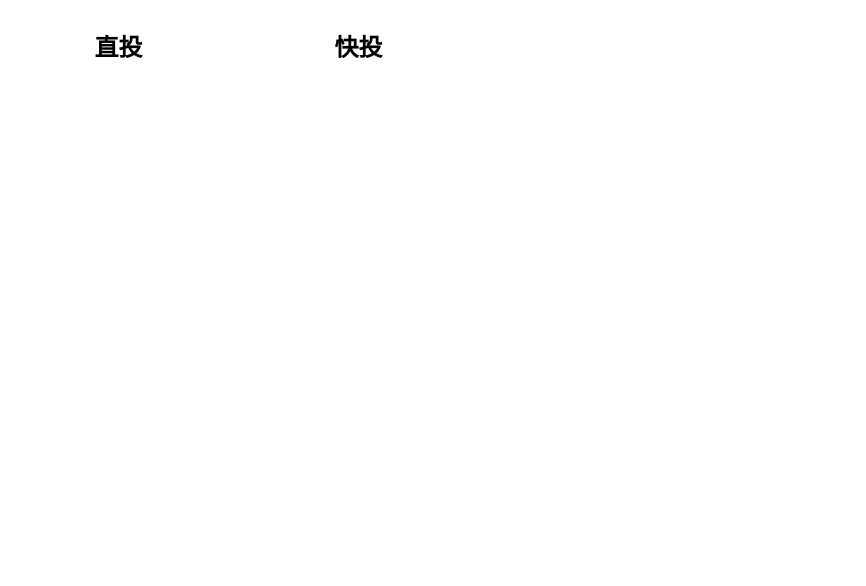
This is page "直投+快投" (4 of 7) of draw.io/dpa.drawio from Jstarfish/picBed, a draw.io file, before an edit. Source tidied: cells renumbered, new cells numbered last; positions are measured from the earlier drawing's top-left corner, leaving out a move shared by most shapes. Both pictures are drawn from the tidied source at 100%, with x=0, y=0 at pixel (68, 28).
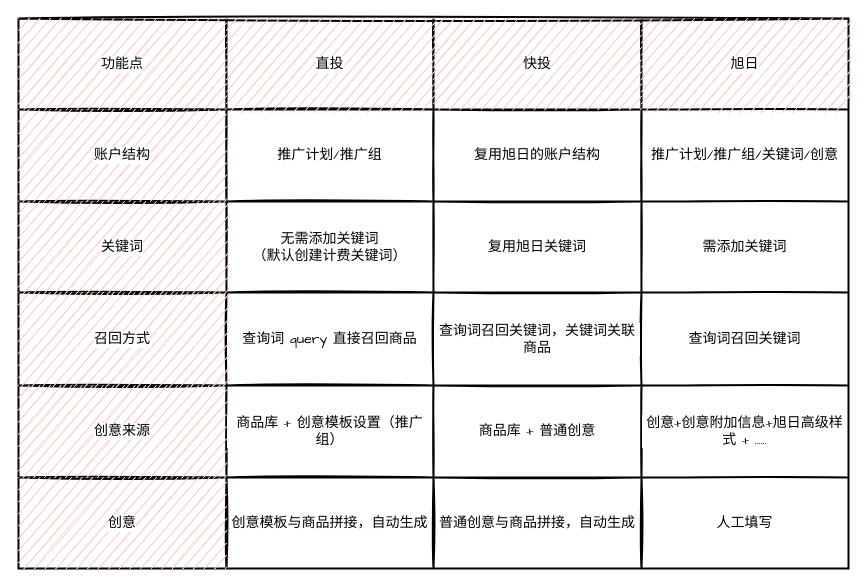
The same page after the edit.

What changed in the source:
```diff
@@
+    <mxCell id="4" style="shape=table;html=1;whiteSpace=wrap;startSize=0;childLayout=tableLayout;columnLines=1;arcSize=15;horizontal=1;labelBackgroundColor=#FFFFFF;fontFamily=Comic Sans MS;fontSize=14;labelBorderColor=none;strokeWidth=2;sketch=1;" parent="1" vertex="1">
+      <mxGeometry x="-50" y="-10" width="830" height="550" as="geometry" />
+    </mxCell>
+    <mxCell id="5" style="shape=partialRectangle;html=1;whiteSpace=wrap;fillColor=none;top=0;left=0;bottom=0;right=0;labelBackgroundColor=#FFFFFF;fontFamily=Comic Sans MS;fontSize=14;labelBorderColor=none;strokeWidth=2;sketch=1;" parent="4" vertex="1">
+      <mxGeometry width="830" height="91" as="geometry" />
+    </mxCell>
+    <mxCell id="6" value="功能点" style="shape=partialRectangle;html=1;whiteSpace=wrap;fillColor=#f8cecc;top=0;left=0;bottom=0;right=0;overflow=hidden;labelBackgroundColor=#FFFFFF;fontFamily=Comic Sans MS;fontSize=14;labelBorderColor=none;strokeWidth=2;strokeColor=#b85450;sketch=1;" parent="5" vertex="1">
+      <mxGeometry width="208" height="91" as="geometry" />
+    </mxCell>
-    <mxCell id="2" value="直投" style="text;strokeColor=none;fillColor=none;html=1;fontSize=24;fontStyle=1;verticalAlign=middle;align=center;" parent="1" vertex="1">
-      <mxGeometry width="100" height="40" as="geometry" />
+    <mxCell id="2" value="直投" style="shape=partialRectangle;html=1;whiteSpace=wrap;fillColor=#f8cecc;top=0;left=0;bottom=0;right=0;overflow=hidden;labelBackgroundColor=#FFFFFF;fontFamily=Comic Sans MS;fontSize=14;labelBorderColor=none;strokeWidth=2;strokeColor=#b85450;sketch=1;" parent="5" vertex="1">
+      <mxGeometry x="208" width="207" height="91" as="geometry" />
     </mxCell>
-    <mxCell id="3" value="快投" style="text;strokeColor=none;fillColor=none;html=1;fontSize=24;fontStyle=1;verticalAlign=middle;align=center;" parent="1" vertex="1">
-      <mxGeometry x="240" width="100" height="40" as="geometry" />
+    <mxCell id="3" value="快投" style="shape=partialRectangle;html=1;whiteSpace=wrap;fillColor=#f8cecc;top=0;left=0;bottom=0;right=0;overflow=hidden;labelBackgroundColor=#FFFFFF;fontFamily=Comic Sans MS;fontSize=14;labelBorderColor=none;strokeWidth=2;strokeColor=#b85450;sketch=1;" parent="5" vertex="1">
+      <mxGeometry x="415" width="208" height="91" as="geometry" />
     </mxCell>
+    <mxCell id="7" value="旭日" style="shape=partialRectangle;html=1;whiteSpace=wrap;fillColor=#f8cecc;top=0;left=0;bottom=0;right=0;overflow=hidden;labelBackgroundColor=#FFFFFF;fontFamily=Comic Sans MS;fontSize=14;labelBorderColor=none;strokeWidth=2;strokeColor=#b85450;sketch=1;" parent="5" vertex="1">
+      <mxGeometry x="623" width="207" height="91" as="geometry" />
+    </mxCell>
+    <mxCell id="8" style="shape=partialRectangle;html=1;whiteSpace=wrap;fillColor=none;top=0;left=0;bottom=0;right=0;labelBackgroundColor=#FFFFFF;fontFamily=Comic Sans MS;fontSize=14;labelBorderColor=none;strokeWidth=2;sketch=1;" parent="4" vertex="1">
+      <mxGeometry y="91" width="830" height="92" as="geometry" />
+    </mxCell>
+    <mxCell id="9" value="账户结构" style="shape=partialRectangle;html=1;whiteSpace=wrap;fillColor=#f8cecc;top=0;left=0;bottom=0;right=0;overflow=hidden;labelBackgroundColor=#FFFFFF;fontFamily=Comic Sans MS;fontSize=14;labelBorderColor=none;strokeWidth=2;strokeColor=#b85450;sketch=1;" parent="8" vertex="1">
+      <mxGeometry width="208" height="92" as="geometry" />
+    </mxCell>
+    <mxCell id="10" value="推广计划/推广组" style="shape=partialRectangle;html=1;whiteSpace=wrap;fillColor=none;top=0;left=0;bottom=0;right=0;overflow=hidden;labelBackgroundColor=#FFFFFF;fontFamily=Comic Sans MS;fontSize=14;labelBorderColor=none;strokeWidth=2;sketch=1;" parent="8" vertex="1">
+      <mxGeometry x="208" width="207" height="92" as="geometry" />
+    </mxCell>
+    <mxCell id="11" value="复用旭日的账户结构" style="shape=partialRectangle;html=1;whiteSpace=wrap;fillColor=none;top=0;left=0;bottom=0;right=0;overflow=hidden;labelBackgroundColor=#FFFFFF;fontFamily=Comic Sans MS;fontSize=14;labelBorderColor=none;strokeWidth=2;sketch=1;" parent="8" vertex="1">
+      <mxGeometry x="415" width="208" height="92" as="geometry" />
+    </mxCell>
+    <mxCell id="12" value="&lt;span style=&quot;font-size: 14px;&quot;&gt;推广计划/推广组/关键词/创意&lt;/span&gt;" style="shape=partialRectangle;html=1;whiteSpace=wrap;fillColor=none;top=0;left=0;bottom=0;right=0;overflow=hidden;labelBackgroundColor=#FFFFFF;fontFamily=Comic Sans MS;fontSize=14;labelBorderColor=none;strokeWidth=2;sketch=1;" parent="8" vertex="1">
+      <mxGeometry x="623" width="207" height="92" as="geometry" />
+    </mxCell>
+    <mxCell id="13" style="shape=partialRectangle;html=1;whiteSpace=wrap;fillColor=none;top=0;left=0;bottom=0;right=0;labelBackgroundColor=#FFFFFF;fontFamily=Comic Sans MS;fontSize=14;labelBorderColor=none;strokeWidth=2;sketch=1;" parent="4" vertex="1">
+      <mxGeometry y="183" width="830" height="91" as="geometry" />
+    </mxCell>
+    <mxCell id="14" value="关键词" style="shape=partialRectangle;html=1;whiteSpace=wrap;fillColor=#f8cecc;top=0;left=0;bottom=0;right=0;overflow=hidden;labelBackgroundColor=#FFFFFF;fontFamily=Comic Sans MS;fontSize=14;labelBorderColor=none;strokeWidth=2;strokeColor=#b85450;sketch=1;" parent="13" vertex="1">
+      <mxGeometry width="208" height="91" as="geometry" />
+    </mxCell>
+    <mxCell id="15" value="无需添加关键词&lt;br style=&quot;font-size: 14px;&quot;&gt;（默认创建计费关键词）" style="shape=partialRectangle;html=1;whiteSpace=wrap;fillColor=none;top=0;left=0;bottom=0;right=0;overflow=hidden;labelBackgroundColor=#FFFFFF;fontFamily=Comic Sans MS;fontSize=14;labelBorderColor=none;strokeWidth=2;sketch=1;" parent="13" vertex="1">
+      <mxGeometry x="208" width="207" height="91" as="geometry" />
+    </mxCell>
+    <mxCell id="16" value="复用旭日关键词" style="shape=partialRectangle;html=1;whiteSpace=wrap;fillColor=none;top=0;left=0;bottom=0;right=0;overflow=hidden;labelBackgroundColor=#FFFFFF;fontFamily=Comic Sans MS;fontSize=14;labelBorderColor=none;strokeWidth=2;sketch=1;" parent="13" vertex="1">
+      <mxGeometry x="415" width="208" height="91" as="geometry" />
+    </mxCell>
+    <mxCell id="17" value="需添加关键词" style="shape=partialRectangle;html=1;whiteSpace=wrap;fillColor=none;top=0;left=0;bottom=0;right=0;overflow=hidden;labelBackgroundColor=#FFFFFF;fontFamily=Comic Sans MS;fontSize=14;labelBorderColor=none;strokeWidth=2;sketch=1;" parent="13" vertex="1">
+      <mxGeometry x="623" width="207" height="91" as="geometry" />
+    </mxCell>
+    <mxCell id="18" style="shape=partialRectangle;html=1;whiteSpace=wrap;fillColor=none;top=0;left=0;bottom=0;right=0;labelBackgroundColor=#FFFFFF;fontFamily=Comic Sans MS;fontSize=14;labelBorderColor=none;strokeWidth=2;sketch=1;" parent="4" vertex="1">
+      <mxGeometry y="274" width="830" height="93" as="geometry" />
+    </mxCell>
+    <mxCell id="19" value="召回方式" style="shape=partialRectangle;html=1;whiteSpace=wrap;fillColor=#f8cecc;top=0;left=0;bottom=0;right=0;overflow=hidden;labelBackgroundColor=#FFFFFF;fontFamily=Comic Sans MS;fontSize=14;labelBorderColor=none;strokeWidth=2;strokeColor=#b85450;sketch=1;" parent="18" vertex="1">
+      <mxGeometry width="208" height="93" as="geometry" />
+    </mxCell>
+    <mxCell id="20" value="查询词 query 直接召回商品" style="shape=partialRectangle;html=1;whiteSpace=wrap;fillColor=none;top=0;left=0;bottom=0;right=0;overflow=hidden;labelBackgroundColor=#FFFFFF;fontFamily=Comic Sans MS;fontSize=14;labelBorderColor=none;strokeWidth=2;sketch=1;" parent="18" vertex="1">
+      <mxGeometry x="208" width="207" height="93" as="geometry" />
+    </mxCell>
+    <mxCell id="21" value="查询词召回关键词，关键词关联商品" style="shape=partialRectangle;html=1;whiteSpace=wrap;fillColor=none;top=0;left=0;bottom=0;right=0;overflow=hidden;labelBackgroundColor=#FFFFFF;fontFamily=Comic Sans MS;fontSize=14;labelBorderColor=none;strokeWidth=2;sketch=1;" parent="18" vertex="1">
+      <mxGeometry x="415" width="208" height="93" as="geometry" />
+    </mxCell>
+    <mxCell id="22" value="查询词召回关键词" style="shape=partialRectangle;html=1;whiteSpace=wrap;fillColor=none;top=0;left=0;bottom=0;right=0;overflow=hidden;labelBackgroundColor=#FFFFFF;fontFamily=Comic Sans MS;fontSize=14;labelBorderColor=none;strokeWidth=2;sketch=1;" parent="18" vertex="1">
+      <mxGeometry x="623" width="207" height="93" as="geometry" />
+    </mxCell>
+    <mxCell id="23" style="shape=partialRectangle;html=1;whiteSpace=wrap;fillColor=none;top=0;left=0;bottom=0;right=0;labelBackgroundColor=#FFFFFF;fontFamily=Comic Sans MS;fontSize=14;labelBorderColor=none;strokeWidth=2;sketch=1;" parent="4" vertex="1">
+      <mxGeometry y="367" width="830" height="92" as="geometry" />
+    </mxCell>
+    <mxCell id="24" value="创意来源" style="shape=partialRectangle;html=1;whiteSpace=wrap;fillColor=#f8cecc;top=0;left=0;bottom=0;right=0;overflow=hidden;labelBackgroundColor=#FFFFFF;fontFamily=Comic Sans MS;fontSize=14;labelBorderColor=none;strokeWidth=2;strokeColor=#b85450;sketch=1;" parent="23" vertex="1">
+      <mxGeometry width="208" height="92" as="geometry" />
+    </mxCell>
+    <mxCell id="25" value="商品库 + 创意模板设置（推广组）" style="shape=partialRectangle;html=1;whiteSpace=wrap;fillColor=none;top=0;left=0;bottom=0;right=0;overflow=hidden;labelBackgroundColor=#FFFFFF;fontFamily=Comic Sans MS;fontSize=14;labelBorderColor=none;strokeWidth=2;sketch=1;" parent="23" vertex="1">
+      <mxGeometry x="208" width="207" height="92" as="geometry" />
+    </mxCell>
+    <mxCell id="26" value="商品库 + 普通创意" style="shape=partialRectangle;html=1;whiteSpace=wrap;fillColor=none;top=0;left=0;bottom=0;right=0;overflow=hidden;labelBackgroundColor=#FFFFFF;fontFamily=Comic Sans MS;fontSize=14;labelBorderColor=none;strokeWidth=2;sketch=1;" parent="23" vertex="1">
+      <mxGeometry x="415" width="208" height="92" as="geometry" />
+    </mxCell>
+    <mxCell id="27" value="创意+创意附加信息+旭日高级样式 + ......" style="shape=partialRectangle;html=1;whiteSpace=wrap;fillColor=none;top=0;left=0;bottom=0;right=0;overflow=hidden;labelBackgroundColor=#FFFFFF;fontFamily=Comic Sans MS;fontSize=14;labelBorderColor=none;strokeWidth=2;sketch=1;" parent="23" vertex="1">
+      <mxGeometry x="623" width="207" height="92" as="geometry" />
+    </mxCell>
+    <mxCell id="28" style="shape=partialRectangle;html=1;whiteSpace=wrap;fillColor=none;top=0;left=0;bottom=0;right=0;labelBackgroundColor=#FFFFFF;fontFamily=Comic Sans MS;fontSize=14;labelBorderColor=none;strokeWidth=2;sketch=1;" parent="4" vertex="1">
+      <mxGeometry y="459" width="830" height="91" as="geometry" />
+    </mxCell>
+    <mxCell id="29" value="创意" style="shape=partialRectangle;html=1;whiteSpace=wrap;fillColor=#f8cecc;top=0;left=0;bottom=0;right=0;overflow=hidden;labelBackgroundColor=#FFFFFF;fontFamily=Comic Sans MS;fontSize=14;labelBorderColor=none;strokeWidth=2;strokeColor=#b85450;sketch=1;" parent="28" vertex="1">
+      <mxGeometry width="208" height="91" as="geometry" />
+    </mxCell>
+    <mxCell id="30" value="创意模板与商品拼接，自动生成" style="shape=partialRectangle;html=1;whiteSpace=wrap;fillColor=none;top=0;left=0;bottom=0;right=0;overflow=hidden;labelBackgroundColor=#FFFFFF;fontFamily=Comic Sans MS;fontSize=14;labelBorderColor=none;strokeWidth=2;sketch=1;" parent="28" vertex="1">
+      <mxGeometry x="208" width="207" height="91" as="geometry" />
+    </mxCell>
+    <mxCell id="31" value="普通创意与商品拼接，自动生成" style="shape=partialRectangle;html=1;whiteSpace=wrap;fillColor=none;top=0;left=0;bottom=0;right=0;overflow=hidden;labelBackgroundColor=#FFFFFF;fontFamily=Comic Sans MS;fontSize=14;labelBorderColor=none;strokeWidth=2;sketch=1;" parent="28" vertex="1">
+      <mxGeometry x="415" width="208" height="91" as="geometry" />
+    </mxCell>
+    <mxCell id="32" value="人工填写" style="shape=partialRectangle;html=1;whiteSpace=wrap;fillColor=none;top=0;left=0;bottom=0;right=0;overflow=hidden;labelBackgroundColor=#FFFFFF;fontFamily=Comic Sans MS;fontSize=14;labelBorderColor=none;strokeWidth=2;sketch=1;" parent="28" vertex="1">
+      <mxGeometry x="623" width="207" height="91" as="geometry" />
+    </mxCell>
```
